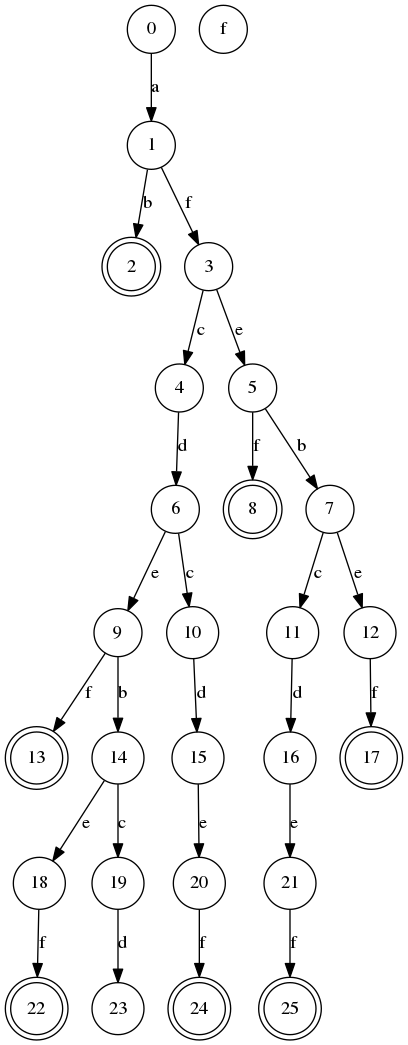
Earlier version of the Graphviz export states.png (dvberkel/bergen). Its source is kept beside it as states.dot.
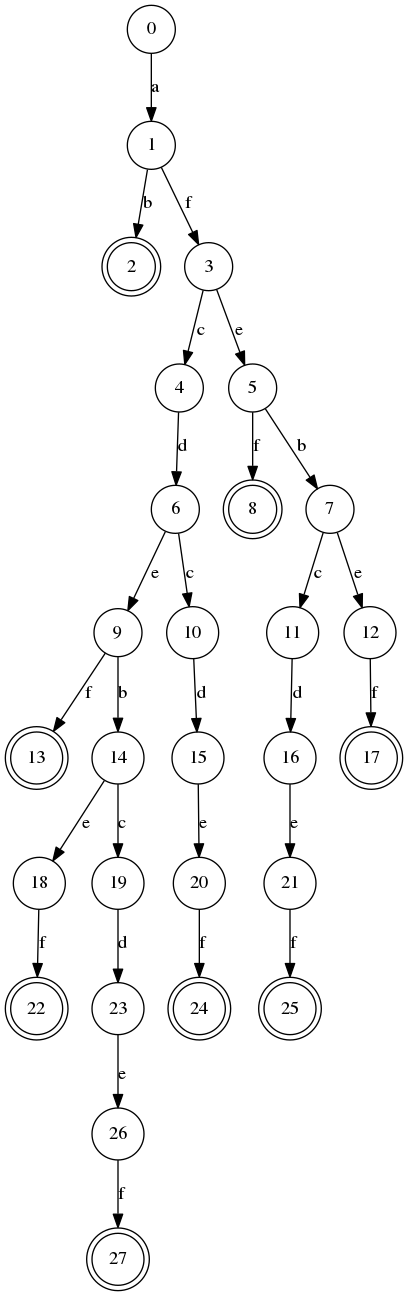
After the commit.

Commit message:
Enter last levels

The edit, as a diff of the source:
```diff
@@ -7,6 +7,7 @@
   22 [shape=doublecircle];
   24 [shape=doublecircle];
   25 [shape=doublecircle];
+  27 [shape=doublecircle];
   0 -> 1 [label="a"];
   1 -> 2 [label="b"];
   1 -> 3 [label="f"];
@@ -17,7 +18,7 @@
   5 -> 8 [label="f"];
   6 -> 9 [label="e"];
   6 -> 10 [label="c"];
-  7 -> 11 [label="c"];f
+  7 -> 11 [label="c"];
   7 -> 12 [label="e"];
   9 -> 13 [label="f"];
   9 -> 14 [label="b"];
@@ -32,4 +33,6 @@
   19 -> 23 [label="d"];
   20 -> 24 [label="f"];
   21 -> 25 [label="f"];
+  23 -> 26 [label="e"];
+  26 -> 27 [label="f"];
 }
```
